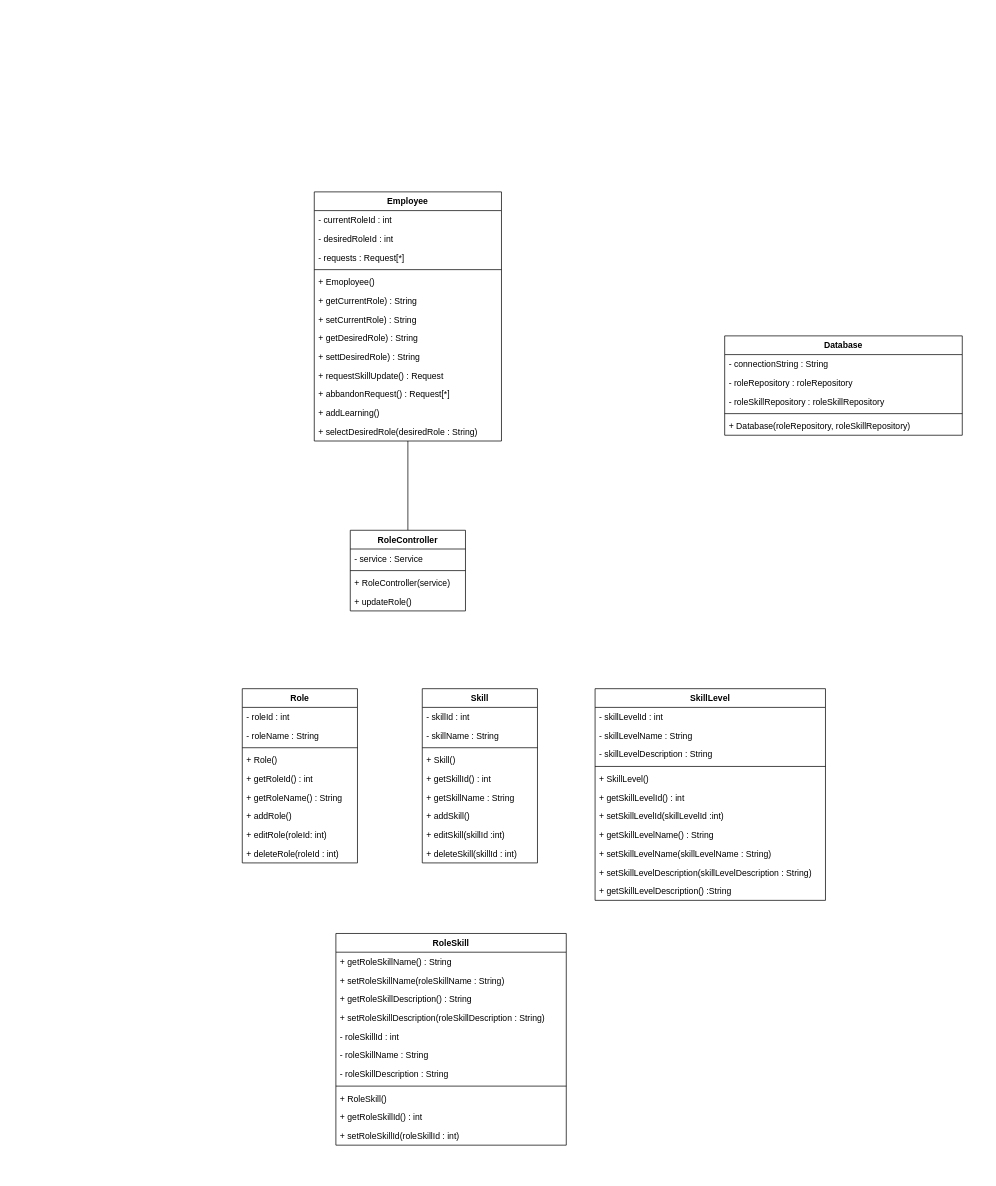
learningCurve89/WorkBasedPortfolios keeps this draw.io diagram as SelectRoleClassDiagram.drawio. Above is the earlier version. Source tidied: cells renumbered, new cells numbered last; positions are measured from the earlier drawing's top-left corner, leaving out a move shared by most shapes. Both pictures are drawn from the tidied source at 72%, with x=0, y=0 at pixel (242, 192).
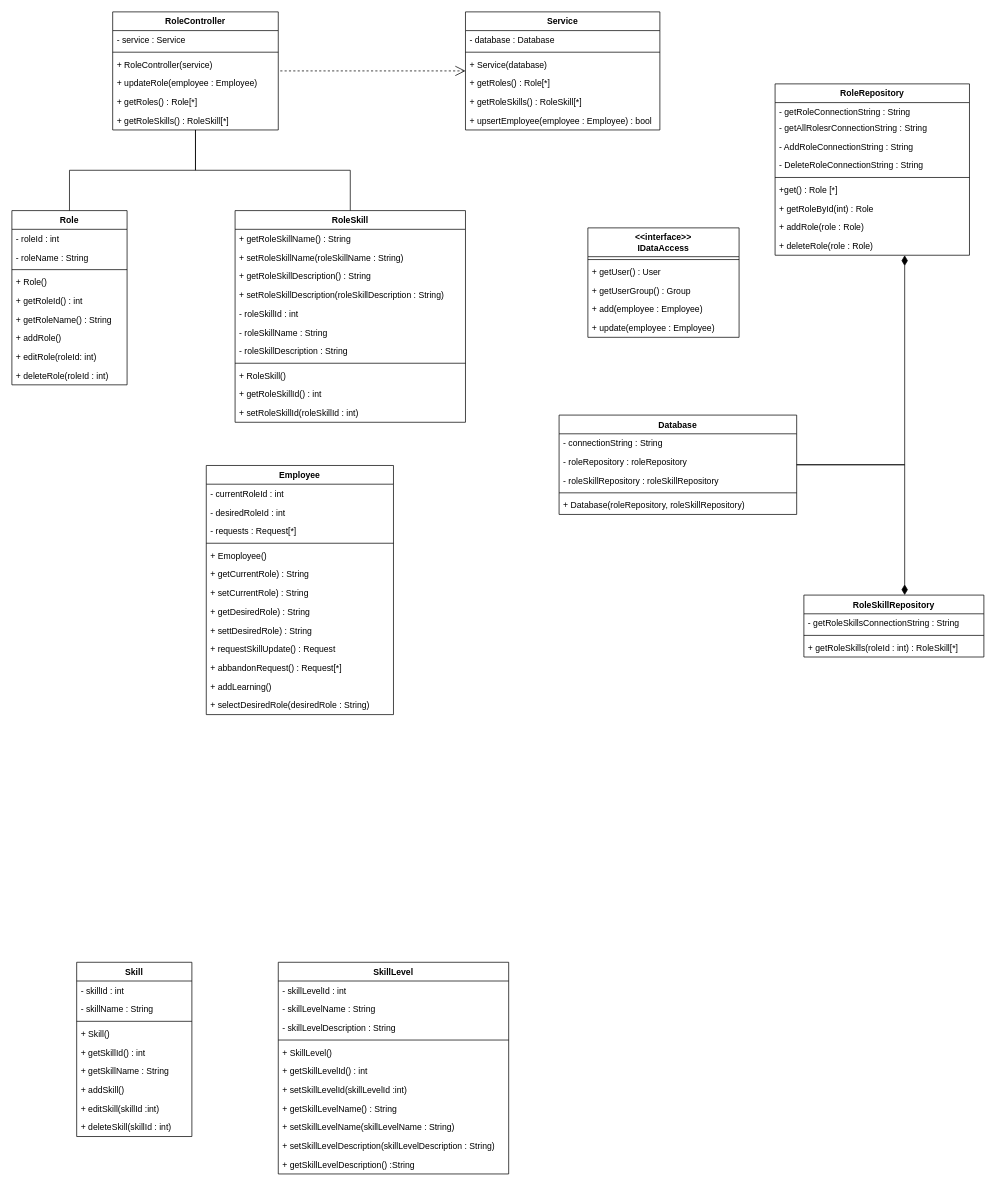
After the change.

What changed in the source:
```diff
@@
-    <mxCell id="2" style="edgeStyle=orthogonalEdgeStyle;rounded=0;jettySize=auto;html=1;entryX=0.5;entryY=0;entryDx=0;entryDy=0;endArrow=none;endFill=0;" parent="1" edge="1" source="3" target="61">
-      <mxGeometry relative="1" as="geometry" />
-    </mxCell>
     <mxCell id="3" value="Employee" style="swimlane;fontStyle=1;align=center;verticalAlign=top;horizontal=1;startSize=26;" parent="1" vertex="1">
-      <mxGeometry x="100" width="260" height="346" as="geometry" />
+      <mxGeometry x="-50" y="380" width="260" height="346" as="geometry" />
     </mxCell>
@@
     <mxCell id="17" value="Role" style="swimlane;fontStyle=1;align=center;verticalAlign=top;horizontal=1;startSize=26;" parent="1" vertex="1">
-      <mxGeometry y="690" width="160" height="242" as="geometry" />
+      <mxGeometry x="-320" y="26" width="160" height="242" as="geometry" />
     </mxCell>
@@
     <mxCell id="27" value="Skill" style="swimlane;fontStyle=1;align=center;verticalAlign=top;horizontal=1;startSize=26;" parent="1" vertex="1">
-      <mxGeometry x="250" y="690" width="160" height="242" as="geometry" />
+      <mxGeometry x="-230" y="1070" width="160" height="242" as="geometry" />
     </mxCell>
@@
     <mxCell id="37" value="SkillLevel" style="swimlane;fontStyle=1;align=center;verticalAlign=top;horizontal=1;startSize=26;" parent="1" vertex="1">
-      <mxGeometry x="490" y="690" width="320" height="294" as="geometry" />
+      <mxGeometry x="50" y="1070" width="320" height="294" as="geometry" />
     </mxCell>
@@
     <mxCell id="49" value="RoleSkill" style="swimlane;fontStyle=1;align=center;verticalAlign=top;horizontal=1;startSize=26;" parent="1" vertex="1">
-      <mxGeometry x="130" y="1030" width="320" height="294" as="geometry" />
+      <mxGeometry x="-10" y="26" width="320" height="294" as="geometry" />
     </mxCell>
@@
+    <mxCell id="72" style="edgeStyle=orthogonalEdgeStyle;rounded=0;jettySize=auto;html=1;entryX=0.5;entryY=0;entryDx=0;entryDy=0;startArrow=none;startFill=0;startSize=12;endArrow=none;endFill=0;endSize=12;" parent="1" edge="1" source="61" target="17">
+      <mxGeometry relative="1" as="geometry" />
+    </mxCell>
+    <mxCell id="73" style="edgeStyle=orthogonalEdgeStyle;rounded=0;jettySize=auto;html=1;entryX=0.5;entryY=0;entryDx=0;entryDy=0;startArrow=none;startFill=0;startSize=12;endArrow=none;endFill=0;endSize=12;" parent="1" edge="1" source="61" target="49">
+      <mxGeometry relative="1" as="geometry" />
+    </mxCell>
     <mxCell id="61" value="RoleController" style="swimlane;fontStyle=1;align=center;verticalAlign=top;horizontal=1;startSize=26;" parent="1" vertex="1">
-      <mxGeometry x="150" y="470" width="160" height="112" as="geometry" />
+      <mxGeometry x="-180" y="-250" width="230" height="164" as="geometry" />
     </mxCell>
     <mxCell id="62" value="- service : Service" style="text;strokeColor=none;fillColor=none;align=left;verticalAlign=top;spacingLeft=4;spacingRight=4;overflow=hidden;" parent="61" vertex="1">
-      <mxGeometry y="26" width="160" height="26" as="geometry" />
+      <mxGeometry y="26" width="230" height="26" as="geometry" />
     </mxCell>
     <mxCell id="63" style="line;strokeWidth=1;fillColor=none;align=left;verticalAlign=middle;spacingTop=-1;spacingLeft=3;spacingRight=3;labelPosition=right;" parent="61" vertex="1">
-      <mxGeometry y="52" width="160" height="8" as="geometry" />
+      <mxGeometry y="52" width="230" height="8" as="geometry" />
     </mxCell>
     <mxCell id="64" value="+ RoleController(service)" style="text;strokeColor=none;fillColor=none;align=left;verticalAlign=top;spacingLeft=4;spacingRight=4;overflow=hidden;" parent="61" vertex="1">
-      <mxGeometry y="60" width="160" height="26" as="geometry" />
+      <mxGeometry y="60" width="230" height="26" as="geometry" />
     </mxCell>
-    <mxCell id="65" value="+ updateRole()" style="text;strokeColor=none;fillColor=none;align=left;verticalAlign=top;spacingLeft=4;spacingRight=4;overflow=hidden;" parent="61" vertex="1">
-      <mxGeometry y="86" width="160" height="26" as="geometry" />
+    <mxCell id="65" value="+ updateRole(employee : Employee)" style="text;strokeColor=none;fillColor=none;align=left;verticalAlign=top;spacingLeft=4;spacingRight=4;overflow=hidden;" parent="61" vertex="1">
+      <mxGeometry y="86" width="230" height="26" as="geometry" />
     </mxCell>
+    <mxCell id="74" value="+ getRoles() : Role[*]" style="text;strokeColor=none;fillColor=none;align=left;verticalAlign=top;spacingLeft=4;spacingRight=4;overflow=hidden;" parent="61" vertex="1">
+      <mxGeometry y="112" width="230" height="26" as="geometry" />
+    </mxCell>
+    <mxCell id="75" value="+ getRoleSkills() : RoleSkill[*]" style="text;strokeColor=none;fillColor=none;align=left;verticalAlign=top;spacingLeft=4;spacingRight=4;overflow=hidden;" parent="61" vertex="1">
+      <mxGeometry y="138" width="230" height="26" as="geometry" />
+    </mxCell>
+    <mxCell id="76" style="edgeStyle=orthogonalEdgeStyle;rounded=0;jettySize=auto;html=1;endArrow=diamondThin;endFill=1;endSize=12;startSize=12;" parent="1" edge="1" source="66" target="85">
+      <mxGeometry relative="1" as="geometry">
+        <Array as="points">
+          <mxPoint x="920" y="379" />
+        </Array>
+      </mxGeometry>
+    </mxCell>
+    <mxCell id="77" style="edgeStyle=orthogonalEdgeStyle;rounded=0;jettySize=auto;html=1;endArrow=diamondThin;endFill=1;endSize=12;startSize=12;" parent="1" edge="1" source="66" target="95">
+      <mxGeometry relative="1" as="geometry">
+        <Array as="points">
+          <mxPoint x="920" y="379" />
+        </Array>
+      </mxGeometry>
+    </mxCell>
     <mxCell id="66" value="Database" style="swimlane;fontStyle=1;align=center;verticalAlign=top;horizontal=1;startSize=26;" parent="1" vertex="1">
-      <mxGeometry x="670" y="200" width="330" height="138" as="geometry" />
+      <mxGeometry x="440" y="310" width="330" height="138" as="geometry" />
     </mxCell>
@@
+    <mxCell id="78" value="Service" style="swimlane;fontStyle=1;align=center;verticalAlign=top;horizontal=1;startSize=26;" parent="1" vertex="1">
+      <mxGeometry x="310" y="-250" width="270" height="164" as="geometry" />
+    </mxCell>
+    <mxCell id="79" value="- database : Database" style="text;strokeColor=none;fillColor=none;align=left;verticalAlign=top;spacingLeft=4;spacingRight=4;overflow=hidden;" parent="78" vertex="1">
+      <mxGeometry y="26" width="270" height="26" as="geometry" />
+    </mxCell>
+    <mxCell id="80" style="line;strokeWidth=1;fillColor=none;align=left;verticalAlign=middle;spacingTop=-1;spacingLeft=3;spacingRight=3;labelPosition=right;" parent="78" vertex="1">
+      <mxGeometry y="52" width="270" height="8" as="geometry" />
+    </mxCell>
+    <mxCell id="81" value="+ Service(database)" style="text;strokeColor=none;fillColor=none;align=left;verticalAlign=top;spacingLeft=4;spacingRight=4;overflow=hidden;" parent="78" vertex="1">
+      <mxGeometry y="60" width="270" height="26" as="geometry" />
+    </mxCell>
+    <mxCell id="82" value="+ getRoles() : Role[*]" style="text;strokeColor=none;fillColor=none;align=left;verticalAlign=top;spacingLeft=4;spacingRight=4;overflow=hidden;" parent="78" vertex="1">
+      <mxGeometry y="86" width="270" height="26" as="geometry" />
+    </mxCell>
+    <mxCell id="83" value="+ getRoleSkills() : RoleSkill[*]" style="text;strokeColor=none;fillColor=none;align=left;verticalAlign=top;spacingLeft=4;spacingRight=4;overflow=hidden;" parent="78" vertex="1">
+      <mxGeometry y="112" width="270" height="26" as="geometry" />
+    </mxCell>
+    <mxCell id="84" value="+ upsertEmployee(employee : Employee) : bool" style="text;strokeColor=none;fillColor=none;align=left;verticalAlign=top;spacingLeft=4;spacingRight=4;overflow=hidden;" parent="78" vertex="1">
+      <mxGeometry y="138" width="270" height="26" as="geometry" />
+    </mxCell>
+    <mxCell id="85" value="RoleRepository" style="swimlane;fontStyle=1;align=center;verticalAlign=top;horizontal=1;startSize=26;" parent="1" vertex="1">
+      <mxGeometry x="740" y="-150" width="270" height="238" as="geometry" />
+    </mxCell>
+    <mxCell id="86" value="- getRoleConnectionString : String" style="text;strokeColor=none;fillColor=none;align=left;verticalAlign=top;spacingLeft=4;spacingRight=4;overflow=hidden;" parent="85" vertex="1">
+      <mxGeometry y="26" width="270" height="22" as="geometry" />
+    </mxCell>
+    <mxCell id="87" value="- getAllRolesrConnectionString : String" style="text;strokeColor=none;fillColor=none;align=left;verticalAlign=top;spacingLeft=4;spacingRight=4;overflow=hidden;" parent="85" vertex="1">
+      <mxGeometry y="48" width="270" height="26" as="geometry" />
+    </mxCell>
+    <mxCell id="88" value="- AddRoleConnectionString : String" style="text;strokeColor=none;fillColor=none;align=left;verticalAlign=top;spacingLeft=4;spacingRight=4;overflow=hidden;" parent="85" vertex="1">
+      <mxGeometry y="74" width="270" height="26" as="geometry" />
+    </mxCell>
+    <mxCell id="89" value="- DeleteRoleConnectionString : String" style="text;strokeColor=none;fillColor=none;align=left;verticalAlign=top;spacingLeft=4;spacingRight=4;overflow=hidden;" parent="85" vertex="1">
+      <mxGeometry y="100" width="270" height="26" as="geometry" />
+    </mxCell>
+    <mxCell id="90" style="line;strokeWidth=1;fillColor=none;align=left;verticalAlign=middle;spacingTop=-1;spacingLeft=3;spacingRight=3;labelPosition=right;" parent="85" vertex="1">
+      <mxGeometry y="126" width="270" height="8" as="geometry" />
+    </mxCell>
+    <mxCell id="91" value="+get() : Role [*]" style="text;strokeColor=none;fillColor=none;align=left;verticalAlign=top;spacingLeft=4;spacingRight=4;overflow=hidden;" parent="85" vertex="1">
+      <mxGeometry y="134" width="270" height="26" as="geometry" />
+    </mxCell>
+    <mxCell id="92" value="+ getRoleById(int) : Role" style="text;strokeColor=none;fillColor=none;align=left;verticalAlign=top;spacingLeft=4;spacingRight=4;overflow=hidden;" parent="85" vertex="1">
+      <mxGeometry y="160" width="270" height="26" as="geometry" />
+    </mxCell>
+    <mxCell id="93" value="+ addRole(role : Role)" style="text;strokeColor=none;fillColor=none;align=left;verticalAlign=top;spacingLeft=4;spacingRight=4;overflow=hidden;" parent="85" vertex="1">
+      <mxGeometry y="186" width="270" height="26" as="geometry" />
+    </mxCell>
+    <mxCell id="94" value="+ deleteRole(role : Role)" style="text;strokeColor=none;fillColor=none;align=left;verticalAlign=top;spacingLeft=4;spacingRight=4;overflow=hidden;" parent="85" vertex="1">
+      <mxGeometry y="212" width="270" height="26" as="geometry" />
+    </mxCell>
+    <mxCell id="95" value="RoleSkillRepository" style="swimlane;fontStyle=1;align=center;verticalAlign=top;horizontal=1;startSize=26;" parent="1" vertex="1">
+      <mxGeometry x="780" y="560" width="250" height="86" as="geometry" />
+    </mxCell>
+    <mxCell id="96" value="- getRoleSkillsConnectionString : String" style="text;strokeColor=none;fillColor=none;align=left;verticalAlign=top;spacingLeft=4;spacingRight=4;overflow=hidden;" parent="95" vertex="1">
+      <mxGeometry y="26" width="250" height="26" as="geometry" />
+    </mxCell>
+    <mxCell id="97" style="line;strokeWidth=1;fillColor=none;align=left;verticalAlign=middle;spacingTop=-1;spacingLeft=3;spacingRight=3;labelPosition=right;" parent="95" vertex="1">
+      <mxGeometry y="52" width="250" height="8" as="geometry" />
+    </mxCell>
+    <mxCell id="98" value="+ getRoleSkills(roleId : int) : RoleSkill[*]" style="text;strokeColor=none;fillColor=none;align=left;verticalAlign=top;spacingLeft=4;spacingRight=4;overflow=hidden;" parent="95" vertex="1">
+      <mxGeometry y="60" width="250" height="26" as="geometry" />
+    </mxCell>
+    <mxCell id="99" style="edgeStyle=orthogonalEdgeStyle;rounded=0;jettySize=auto;html=1;startSize=12;endArrow=none;endFill=0;endSize=12;startArrow=open;startFill=0;dashed=1;" parent="1" edge="1" source="78" target="61">
+      <mxGeometry relative="1" as="geometry" />
+    </mxCell>
+    <mxCell id="100" value="&lt;&lt;interface&gt;&gt;&#10;IDataAccess" style="swimlane;fontStyle=1;align=center;verticalAlign=top;horizontal=1;startSize=40;" parent="1" vertex="1">
+      <mxGeometry x="480" y="50" width="210" height="152" as="geometry" />
+    </mxCell>
+    <mxCell id="101" style="line;strokeWidth=1;fillColor=none;align=left;verticalAlign=middle;spacingTop=-1;spacingLeft=3;spacingRight=3;labelPosition=right;" parent="100" vertex="1">
+      <mxGeometry y="40" width="210" height="8" as="geometry" />
+    </mxCell>
+    <mxCell id="102" value="+ getUser() : User" style="text;strokeColor=none;fillColor=none;align=left;verticalAlign=top;spacingLeft=4;spacingRight=4;overflow=hidden;" parent="100" vertex="1">
+      <mxGeometry y="48" width="210" height="26" as="geometry" />
+    </mxCell>
+    <mxCell id="103" value="+ getUserGroup() : Group" style="text;strokeColor=none;fillColor=none;align=left;verticalAlign=top;spacingLeft=4;spacingRight=4;overflow=hidden;" parent="100" vertex="1">
+      <mxGeometry y="74" width="210" height="26" as="geometry" />
+    </mxCell>
+    <mxCell id="104" value="+ add(employee : Employee)" style="text;strokeColor=none;fillColor=none;align=left;verticalAlign=top;spacingLeft=4;spacingRight=4;overflow=hidden;" parent="100" vertex="1">
+      <mxGeometry y="100" width="210" height="26" as="geometry" />
+    </mxCell>
+    <mxCell id="105" value="+ update(employee : Employee)" style="text;strokeColor=none;fillColor=none;align=left;verticalAlign=top;spacingLeft=4;spacingRight=4;overflow=hidden;" parent="100" vertex="1">
+      <mxGeometry y="126" width="210" height="26" as="geometry" />
+    </mxCell>
```
